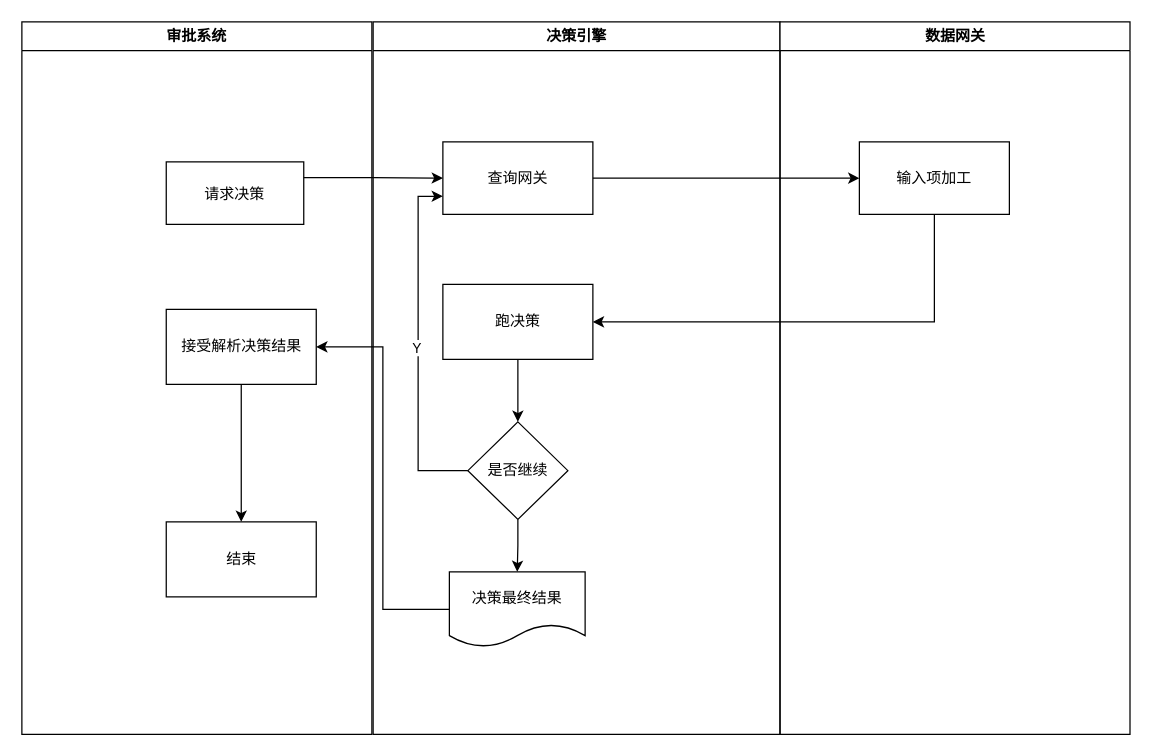
xiaoxiaoxiong1/netty-demo keeps this draw.io diagram as page "Page-2" (2 of 2) of Untitled Diagram.drawio. Above is the earlier version. Source tidied: cells renumbered, new cells numbered last; positions are measured from the earlier drawing's top-left corner, leaving out a move shared by most shapes. Both pictures are drawn from the tidied source at 125%, with x=0, y=0 at pixel (21, 21).
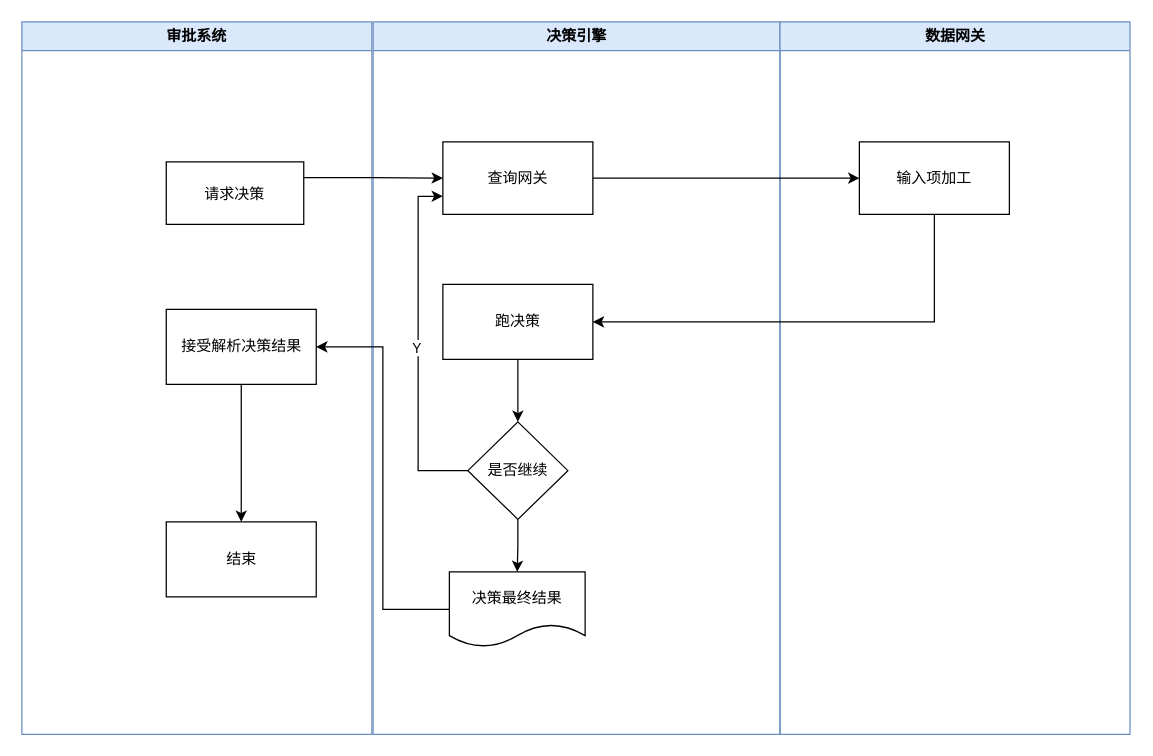
The same diagram, later.

The edit, as a diff of the source:
```diff
@@
-    <mxCell id="2" value="审批系统" style="swimlane;whiteSpace=wrap;" parent="1" vertex="1">
+    <mxCell id="2" value="审批系统" style="swimlane;whiteSpace=wrap;fillColor=#dae8fc;strokeColor=#6c8ebf;" parent="1" vertex="1">
       <mxGeometry width="280" height="570" as="geometry" />
     </mxCell>
@@
-    <mxCell id="7" value="决策引擎" style="swimlane;whiteSpace=wrap;startSize=23;" parent="1" vertex="1">
+    <mxCell id="7" value="决策引擎" style="swimlane;whiteSpace=wrap;startSize=23;fillColor=#dae8fc;strokeColor=#6c8ebf;" parent="1" vertex="1">
       <mxGeometry x="281" width="325.5" height="570" as="geometry" />
     </mxCell>
@@
-    <mxCell id="16" value="数据网关" style="swimlane;whiteSpace=wrap;startSize=23;" parent="1" vertex="1">
+    <mxCell id="16" value="数据网关" style="swimlane;whiteSpace=wrap;startSize=23;fillColor=#dae8fc;strokeColor=#6c8ebf;" parent="1" vertex="1">
       <mxGeometry x="606.5" width="280" height="570" as="geometry" />
     </mxCell>
```
